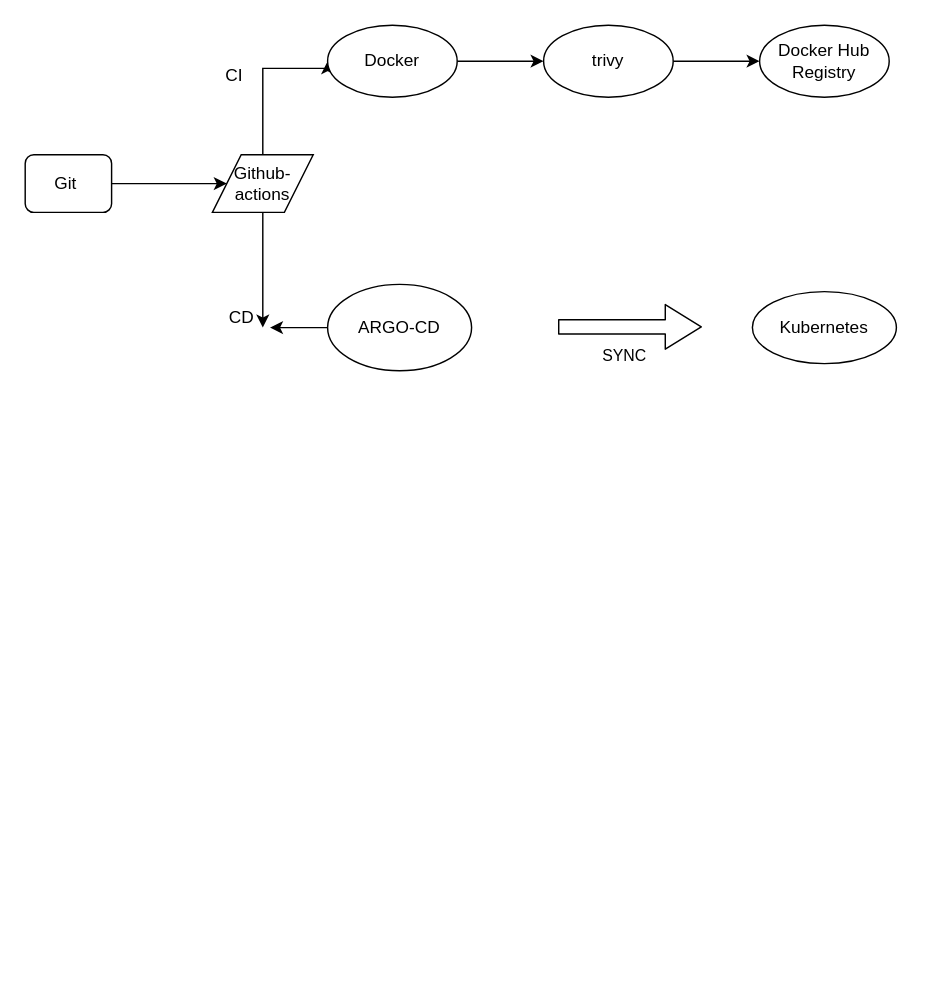
Earlier version of the draw.io diagram git-actions(ci)-argo(cd).drawio (Raidi13/diagrams). Source tidied: cells renumbered, new cells numbered last; positions are measured from the earlier drawing's top-left corner, leaving out a move shared by most shapes. Both pictures are drawn from the tidied source at 144%, with x=0, y=0 at pixel (24, 24).
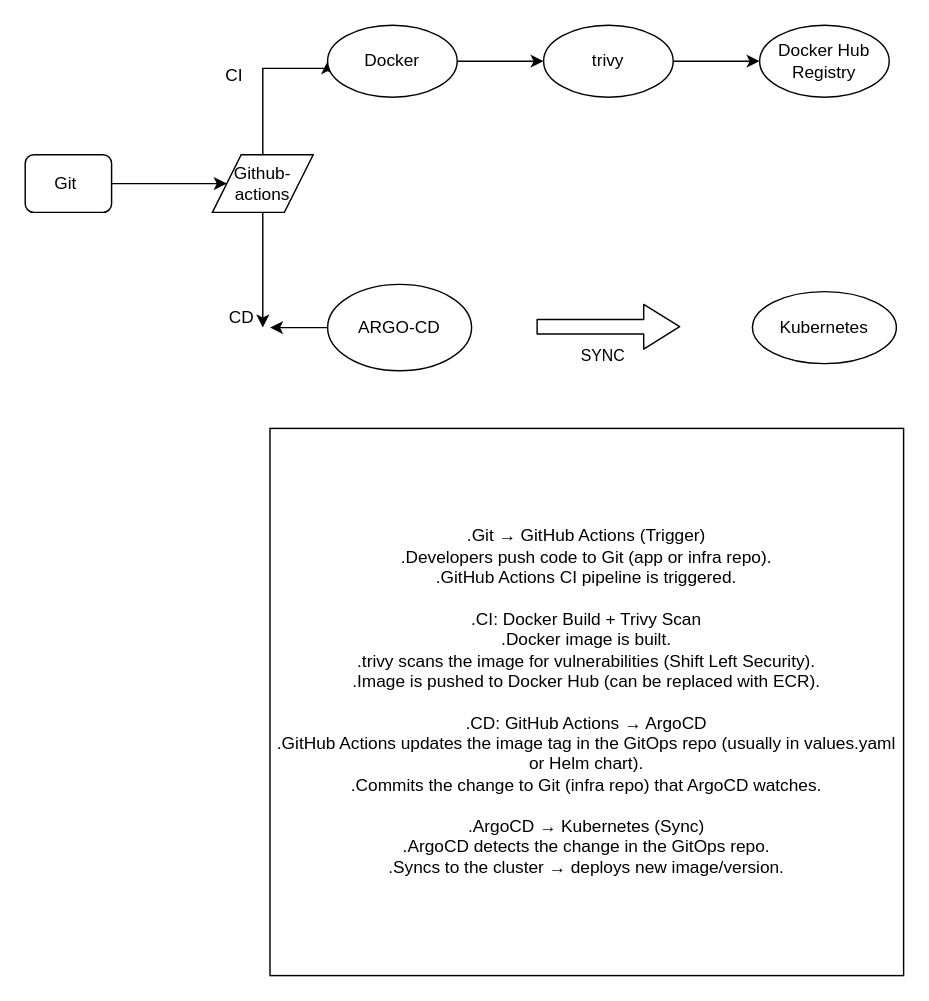
The same page after the edit.

The edit, as a diff of the source:
```diff
@@
     <mxCell id="17" style="edgeStyle=none;orthogonalLoop=1;jettySize=auto;html=1;shape=flexArrow;rounded=1;startSize=8;endSize=8;" parent="1" edge="1">
       <mxGeometry relative="1" as="geometry">
-        <mxPoint x="370" y="209.5" as="sourcePoint" />
-        <mxPoint x="470" y="209.5" as="targetPoint" />
+        <mxPoint x="355" y="209.4" as="sourcePoint" />
+        <mxPoint x="455" y="209.4" as="targetPoint" />
       </mxGeometry>
     </mxCell>
@@
+    <mxCell id="19" value="&lt;div&gt;.Git → GitHub Actions (Trigger)&lt;/div&gt;&lt;div&gt;.Developers push code to Git (app or infra repo).&lt;/div&gt;&lt;div&gt;.GitHub Actions CI pipeline is triggered.&lt;/div&gt;&lt;div&gt;&lt;br&gt;&lt;/div&gt;&lt;div&gt;.CI: Docker Build + Trivy Scan&lt;/div&gt;&lt;div&gt;.Docker image is built.&lt;/div&gt;&lt;div&gt;.trivy scans the image for vulnerabilities (Shift Left Security).&lt;/div&gt;&lt;div&gt;.Image is pushed to Docker Hub (can be replaced with ECR).&lt;/div&gt;&lt;div&gt;&lt;br&gt;&lt;/div&gt;&lt;div&gt;.CD: GitHub Actions → ArgoCD&lt;/div&gt;&lt;div&gt;.GitHub Actions updates the image tag in the GitOps repo (usually in values.yaml or Helm chart).&lt;/div&gt;&lt;div&gt;.Commits the change to Git (infra repo) that ArgoCD watches.&lt;/div&gt;&lt;div&gt;&lt;br&gt;&lt;/div&gt;&lt;div&gt;.ArgoCD → Kubernetes (Sync)&lt;/div&gt;&lt;div&gt;.ArgoCD detects the change in the GitOps repo.&lt;/div&gt;&lt;div&gt;.Syncs to the cluster → deploys new image/version.&lt;/div&gt;" style="rounded=0;whiteSpace=wrap;html=1;" parent="1" vertex="1">
+      <mxGeometry x="170" y="280" width="440" height="380" as="geometry" />
+    </mxCell>
```
